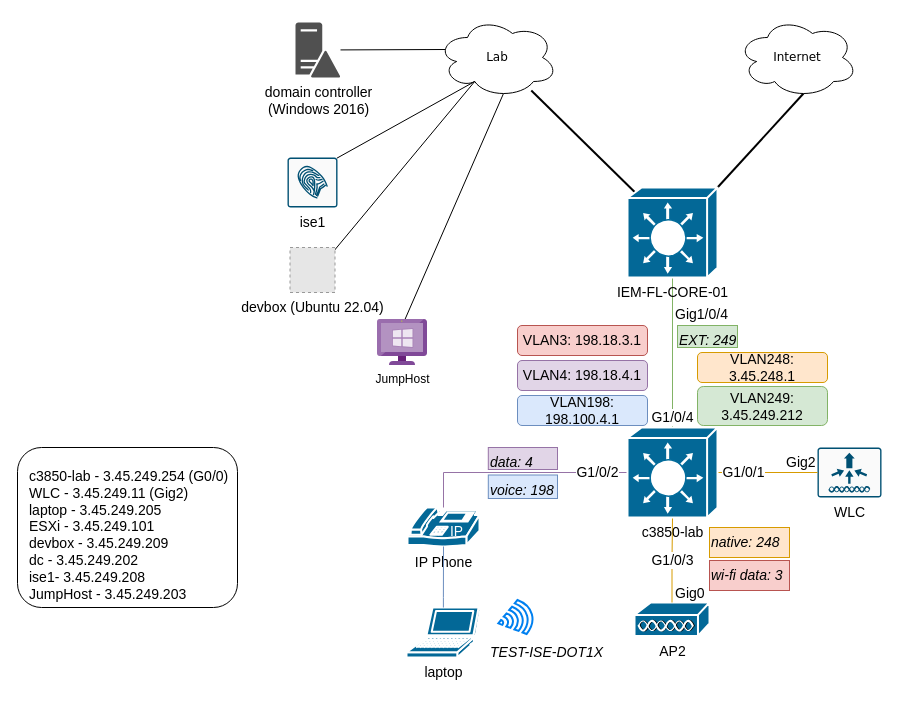
This is docs/ieMentor_lab.drawio from jc-krylatskoe/dot1xConfigTemplate, a draw.io file, before an edit. Source tidied: cells renumbered, new cells numbered last; positions are measured from the earlier drawing's top-left corner, leaving out a move shared by most shapes. Both pictures are drawn from the tidied source at 100%, with x=0, y=0 at pixel (17, 17). Pictures stored in the file or linked from it are replaced by grey dashed boxes.
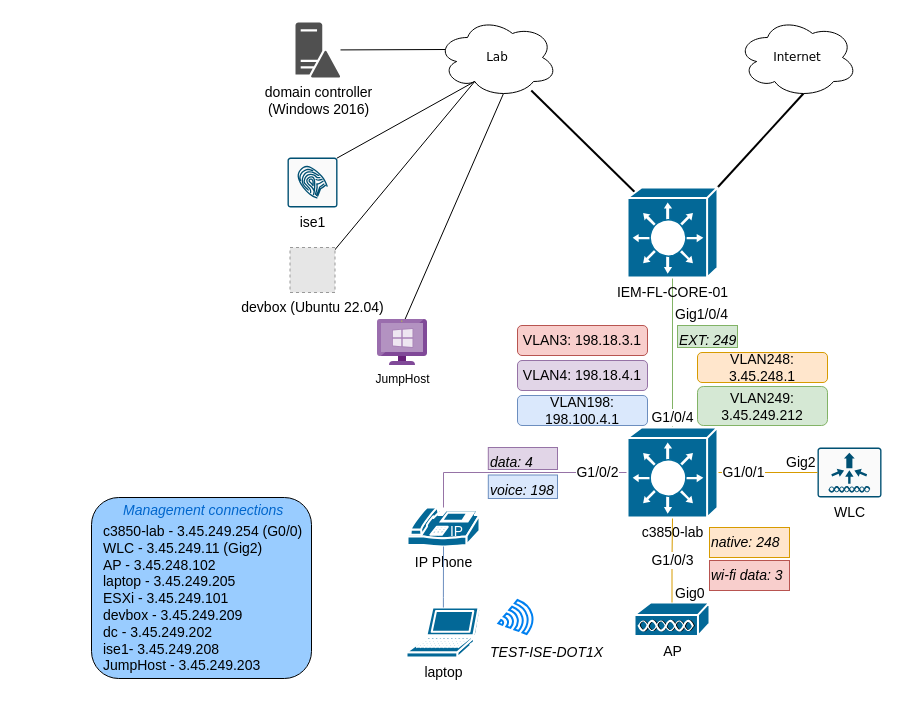
The same diagram, later.

What changed in the source:
```diff
@@
-    <mxCell id="15" value="AP2" style="shape=mxgraph.cisco.misc.access_point;html=1;dashed=0;fillColor=#036897;strokeColor=#ffffff;strokeWidth=2;verticalLabelPosition=bottom;verticalAlign=top;align=center;outlineConnect=0;fontSize=14;" parent="1" vertex="1">
+    <mxCell id="15" value="AP" style="shape=mxgraph.cisco.misc.access_point;html=1;dashed=0;fillColor=#036897;strokeColor=#ffffff;strokeWidth=2;verticalLabelPosition=bottom;verticalAlign=top;align=center;outlineConnect=0;fontSize=14;" parent="1" vertex="1">
       <mxGeometry x="617" y="585" width="75" height="34" as="geometry" />
     </mxCell>
@@
     <mxCell id="30" style="group;" parent="1" vertex="1">
-      <mxGeometry y="430" width="250" height="160" as="geometry" />
+      <mxGeometry x="74" y="480" width="250" height="181" as="geometry" />
     </mxCell>
-    <mxCell id="31" style="rounded=1;whiteSpace=wrap;html=1;fontSize=14;" parent="30" vertex="1">
-      <mxGeometry width="220" height="160" as="geometry" />
+    <mxCell id="31" style="rounded=1;whiteSpace=wrap;html=1;fontSize=14;fillColor=#99CCFF;" parent="30" vertex="1">
+      <mxGeometry width="220" height="181" as="geometry" />
     </mxCell>
-    <mxCell id="32" value="&lt;div&gt;&lt;font style=&quot;font-size: 14px;&quot;&gt;c3850-lab - &lt;/font&gt;3.45.249.254 (G0/0)&lt;br&gt;&lt;/div&gt;&lt;div&gt;WLC - 3.45.249.11 (Gig2)&lt;/div&gt;&lt;div&gt;laptop - 3.45.249.205&lt;/div&gt;&lt;div&gt;ESXi - 3.45.249.101&lt;/div&gt;&lt;div&gt;devbox - 3.45.249.209&lt;/div&gt;&lt;div&gt;dc - 3.45.249.202&lt;/div&gt;&lt;div&gt;ise1- 3.45.249.208&lt;/div&gt;&lt;div&gt;JumpHost - 3.45.249.203&lt;br&gt;&lt;/div&gt;&lt;div&gt;&lt;br&gt;&lt;/div&gt;" style="text;whiteSpace=wrap;html=1;fontSize=14;" parent="30" vertex="1">
-      <mxGeometry x="10" y="13.9" width="240" height="42.7" as="geometry" />
+    <mxCell id="32" value="&lt;div&gt;&lt;font style=&quot;font-size: 14px;&quot;&gt;c3850-lab - &lt;/font&gt;3.45.249.254 (G0/0)&lt;br&gt;&lt;/div&gt;&lt;div&gt;WLC - 3.45.249.11 (Gig2)&lt;/div&gt;&lt;div&gt;AP - 3.45.248.102&lt;br&gt;&lt;/div&gt;&lt;div&gt;laptop - 3.45.249.205&lt;/div&gt;&lt;div&gt;ESXi - 3.45.249.101&lt;/div&gt;&lt;div&gt;devbox - 3.45.249.209&lt;/div&gt;&lt;div&gt;dc - 3.45.249.202&lt;/div&gt;&lt;div&gt;ise1- 3.45.249.208&lt;/div&gt;&lt;div&gt;JumpHost - 3.45.249.203&lt;br&gt;&lt;/div&gt;&lt;div&gt;&lt;br&gt;&lt;/div&gt;" style="text;whiteSpace=wrap;html=1;fontSize=14;" parent="30" vertex="1">
+      <mxGeometry x="10" y="18.9" width="240" height="48.3" as="geometry" />
     </mxCell>
+    <mxCell id="43" value="&lt;font color=&quot;#0066CC&quot;&gt;Management connections&lt;/font&gt;" style="text;whiteSpace=wrap;html=1;fontSize=14;fontStyle=2;" parent="30" vertex="1">
+      <mxGeometry x="30" y="-2.5" width="190" height="22.6" as="geometry" />
+    </mxCell>
```
